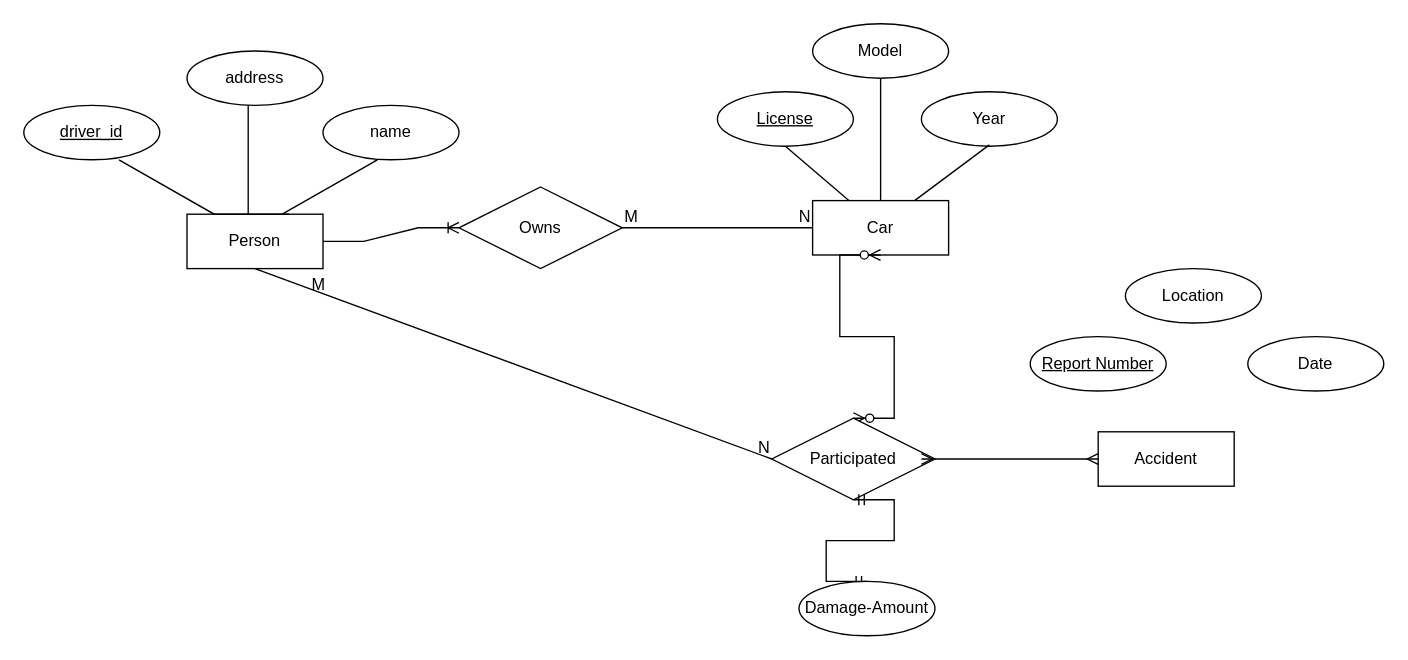
The draw.io diagram Untitled Diagram.drawio in arastuthakur/arastuthakur, before the edit. Source tidied: cells renumbered, new cells numbered last; positions are measured from the earlier drawing's top-left corner, leaving out a move shared by most shapes. Both pictures are drawn from the tidied source at 136%, with x=0, y=0 at pixel (23, 23).
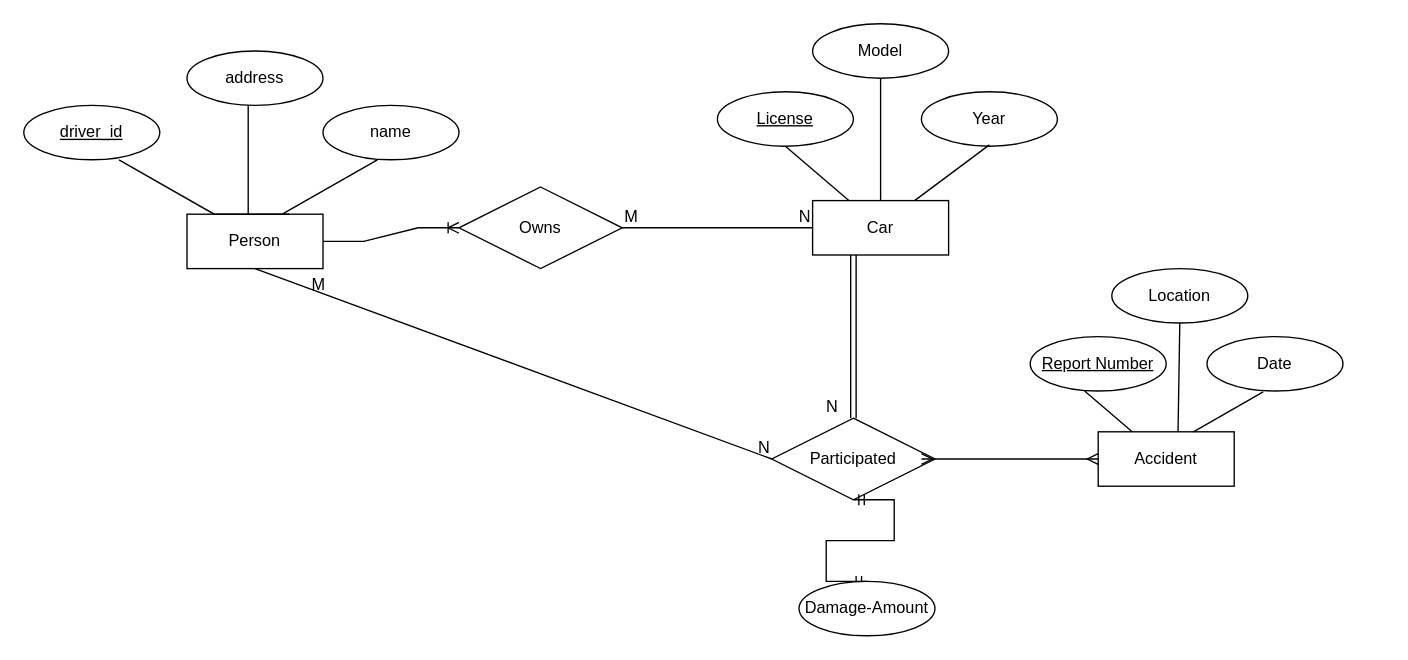
The same page after the edit.

The change refers to these unchanged cells:
```xml
<mxCell id="14" value="Car" style="whiteSpace=wrap;html=1;align=center;" parent="1" vertex="1">
  <mxGeometry x="580" y="130" width="100" height="40" as="geometry" />
</mxCell>
<mxCell id="22" value="Participated" style="shape=rhombus;perimeter=rhombusPerimeter;whiteSpace=wrap;html=1;align=center;" parent="1" vertex="1">
  <mxGeometry x="550" y="290" width="120" height="60" as="geometry" />
</mxCell>
<mxCell id="27" value="Accident" style="whiteSpace=wrap;html=1;align=center;" parent="1" vertex="1">
  <mxGeometry x="790" y="300" width="100" height="40" as="geometry" />
</mxCell>
```

What changed in the source:
```diff
@@
-    <mxCell id="21" style="edgeStyle=entityRelationEdgeStyle;fontSize=12;html=1;endArrow=ERzeroToMany;endFill=1;startArrow=ERzeroToMany;rounded=0;entryX=0.5;entryY=1;entryDx=0;entryDy=0;exitX=0.5;exitY=0;exitDx=0;exitDy=0;" parent="1" edge="1" source="22" target="14">
-      <mxGeometry relative="1" as="geometry" />
-    </mxCell>
@@
     <mxCell id="29" value="Location" style="ellipse;whiteSpace=wrap;html=1;align=center;" parent="1" vertex="1">
-      <mxGeometry x="810" y="180" width="100" height="40" as="geometry" />
+      <mxGeometry x="800" y="180" width="100" height="40" as="geometry" />
     </mxCell>
     <mxCell id="30" value="Date" style="ellipse;whiteSpace=wrap;html=1;align=center;" parent="1" vertex="1">
-      <mxGeometry x="900" y="230" width="100" height="40" as="geometry" />
+      <mxGeometry x="870" y="230" width="100" height="40" as="geometry" />
     </mxCell>
@@
+    <mxCell id="33" style="endArrow=none;html=1;rounded=0;entryX=0.25;entryY=0;entryDx=0;entryDy=0;" parent="1" edge="1" target="27">
+      <mxGeometry relative="1" as="geometry">
+        <mxPoint x="780" y="270" as="sourcePoint" />
+      </mxGeometry>
+    </mxCell>
+    <mxCell id="34" style="endArrow=none;html=1;rounded=0;entryX=0.587;entryY=0;entryDx=0;entryDy=0;entryPerimeter=0;" parent="1" edge="1" target="27">
+      <mxGeometry relative="1" as="geometry">
+        <mxPoint x="850" y="220" as="sourcePoint" />
+      </mxGeometry>
+    </mxCell>
+    <mxCell id="35" style="endArrow=none;html=1;rounded=0;entryX=0.413;entryY=1.017;entryDx=0;entryDy=0;entryPerimeter=0;" parent="1" edge="1" target="30">
+      <mxGeometry relative="1" as="geometry">
+        <mxPoint x="860" y="300" as="sourcePoint" />
+      </mxGeometry>
+    </mxCell>
+    <mxCell id="36" style="shape=link;html=1;rounded=0;entryX=0.5;entryY=0;entryDx=0;entryDy=0;" parent="1" edge="1" target="22">
+      <mxGeometry relative="1" as="geometry">
+        <mxPoint x="610" y="170" as="sourcePoint" />
+      </mxGeometry>
+    </mxCell>
+    <mxCell id="37" value="N" style="html=1;whiteSpace=wrap;align=right;verticalAlign=bottom;" parent="36" vertex="1">
+      <mxGeometry x="1" relative="1" as="geometry">
+        <mxPoint x="-10" as="offset" />
+      </mxGeometry>
+    </mxCell>
```
